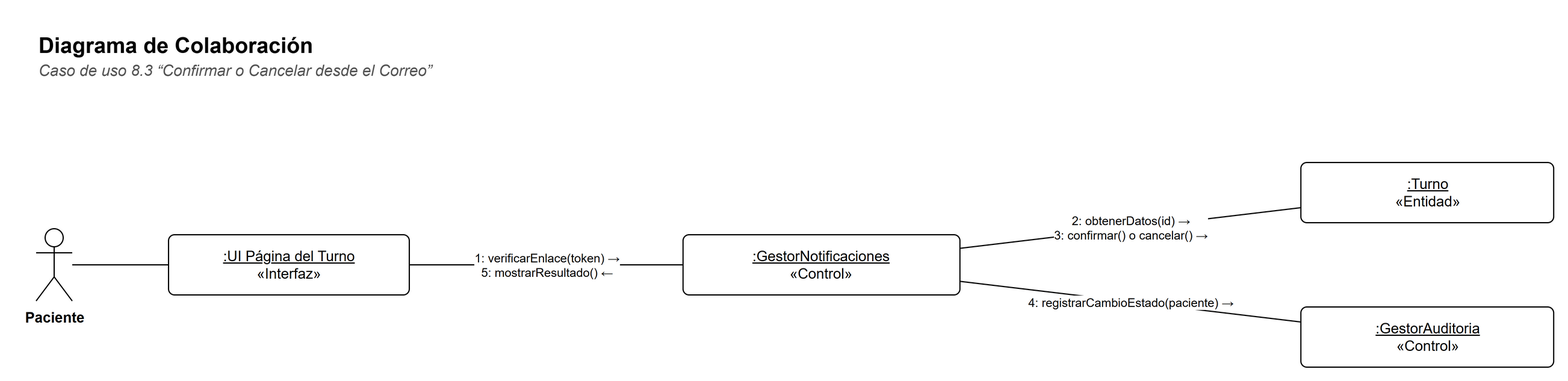
Above: docs/diagramas/colaboracion-8-3.png in Matiglorioso/kineturnos (draw.io), before the change. Source tidied: cells renumbered, new cells last; positions are measured from the earlier drawing's top-left corner, leaving out a move shared by most shapes.
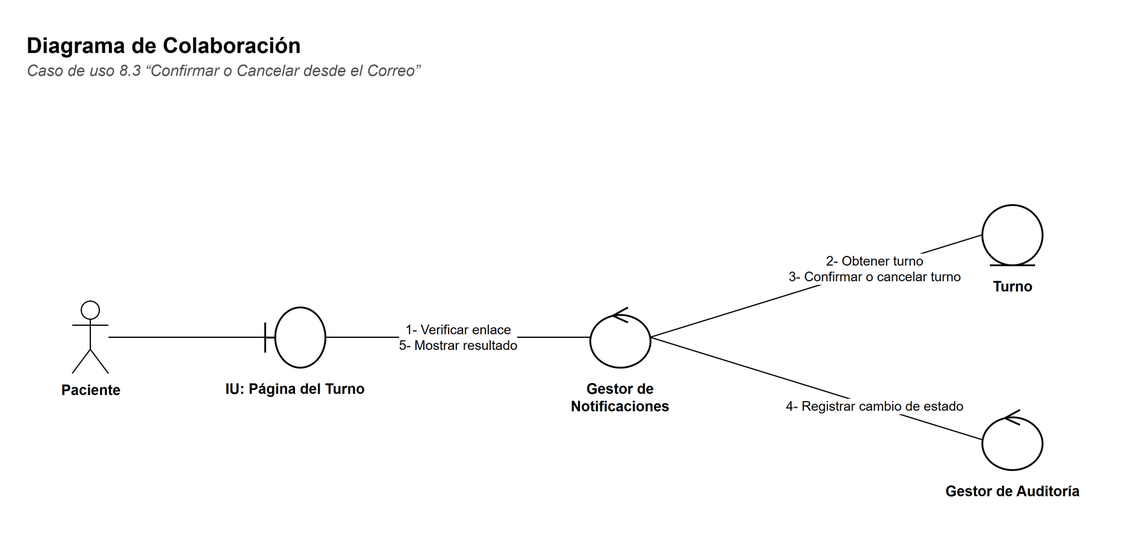
After the commit.

What changed in the source:
```diff
@@ -9,31 +9,43 @@
       <mxGeometry y="24" width="900" height="20" as="geometry" />
     </mxCell>
     <mxCell id="4" value="Paciente" style="shape=umlActor;verticalLabelPosition=bottom;verticalAlign=top;html=1;outlineConnect=0;fillColor=#FFFFFF;strokeColor=#000000;fontFamily=Helvetica;fontSize=12;fontStyle=1;" parent="1" vertex="1">
-      <mxGeometry y="170" width="30" height="60" as="geometry" />
+      <mxGeometry x="40" y="230" width="30" height="60" as="geometry" />
     </mxCell>
-    <mxCell id="5" value="&lt;u&gt;:UI Página del Turno&lt;/u&gt;&lt;br&gt;«Interfaz»" style="rounded=0;whiteSpace=wrap;html=1;fillColor=#FFFFFF;strokeColor=#000000;fontFamily=Helvetica;fontSize=12;rounded=1;arcSize=10;" parent="1" vertex="1">
-      <mxGeometry x="110" y="175" width="200" height="50" as="geometry" />
+    <mxCell id="5" style="shape=umlBoundary;html=1;fillColor=#FFFFFF;strokeColor=#000000;strokeWidth=1.5;" parent="1" vertex="1">
+      <mxGeometry x="200" y="235" width="50" height="50" as="geometry" />
     </mxCell>
-    <mxCell id="6" value="&lt;u&gt;:GestorNotificaciones&lt;/u&gt;&lt;br&gt;«Control»" style="rounded=0;whiteSpace=wrap;html=1;fillColor=#FFFFFF;strokeColor=#000000;fontFamily=Helvetica;fontSize=12;rounded=1;arcSize=10;" parent="1" vertex="1">
-      <mxGeometry x="537.4" y="175" width="230" height="50" as="geometry" />
+    <mxCell id="6" value="&lt;b&gt;IU: Página del Turno&lt;/b&gt;" style="text;html=1;strokeColor=none;fillColor=none;align=left;verticalAlign=top;whiteSpace=wrap;fontFamily=Helvetica;align=center;fontSize=12;" parent="1" vertex="1">
+      <mxGeometry x="160" y="289" width="130" height="40" as="geometry" />
     </mxCell>
-    <mxCell id="7" value="&lt;u&gt;:Turno&lt;/u&gt;&lt;br&gt;«Entidad»" style="rounded=0;whiteSpace=wrap;html=1;fillColor=#FFFFFF;strokeColor=#000000;fontFamily=Helvetica;fontSize=12;rounded=1;arcSize=10;" parent="1" vertex="1">
-      <mxGeometry x="1050.6" y="115" width="210" height="50" as="geometry" />
+    <mxCell id="7" style="shape=umlControl;html=1;fillColor=#FFFFFF;strokeColor=#000000;strokeWidth=1.5;" parent="1" vertex="1">
+      <mxGeometry x="470" y="235" width="50" height="50" as="geometry" />
     </mxCell>
-    <mxCell id="8" value="&lt;u&gt;:GestorAuditoria&lt;/u&gt;&lt;br&gt;«Control»" style="rounded=0;whiteSpace=wrap;html=1;fillColor=#FFFFFF;strokeColor=#000000;fontFamily=Helvetica;fontSize=12;rounded=1;arcSize=10;" parent="1" vertex="1">
-      <mxGeometry x="1050.6" y="235" width="210" height="50" as="geometry" />
+    <mxCell id="8" value="&lt;b&gt;Gestor de Notificaciones&lt;/b&gt;" style="text;html=1;strokeColor=none;fillColor=none;align=left;verticalAlign=top;whiteSpace=wrap;fontFamily=Helvetica;align=center;fontSize=12;" parent="1" vertex="1">
+      <mxGeometry x="430" y="289" width="130" height="40" as="geometry" />
     </mxCell>
-    <mxCell id="9" style="edgeStyle=none;html=1;endArrow=none;endFill=0;strokeColor=#000000;fontFamily=Helvetica;fontSize=11;labelBackgroundColor=#FFFFFF;" parent="1" edge="1" source="4" target="5">
-      <mxGeometry relative="1" as="geometry" />
+    <mxCell id="9" style="shape=umlEntity;html=1;fillColor=#FFFFFF;strokeColor=#000000;strokeWidth=1.5;" parent="1" vertex="1">
+      <mxGeometry x="795.6" y="150" width="50" height="50" as="geometry" />
     </mxCell>
-    <mxCell id="10" value="1: verificarEnlace(token) →&lt;br&gt;5: mostrarResultado() ←" style="edgeStyle=none;html=1;endArrow=none;endFill=0;strokeColor=#000000;fontFamily=Helvetica;fontSize=11;labelBackgroundColor=#FFFFFF;fontSize=10;" parent="1" edge="1" source="6" target="5">
-      <mxGeometry relative="1" as="geometry" />
+    <mxCell id="10" value="&lt;b&gt;Turno&lt;/b&gt;" style="text;html=1;strokeColor=none;fillColor=none;align=left;verticalAlign=top;whiteSpace=wrap;fontFamily=Helvetica;align=center;fontSize=12;" parent="1" vertex="1">
+      <mxGeometry x="755.6" y="204" width="130" height="40" as="geometry" />
     </mxCell>
-    <mxCell id="11" value="2: obtenerDatos(id) →&lt;br&gt;3: confirmar() o cancelar() →" style="edgeStyle=none;html=1;endArrow=none;endFill=0;strokeColor=#000000;fontFamily=Helvetica;fontSize=11;labelBackgroundColor=#FFFFFF;fontSize=10;" parent="1" edge="1" source="7" target="6">
-      <mxGeometry relative="1" as="geometry" />
+    <mxCell id="11" style="shape=umlControl;html=1;fillColor=#FFFFFF;strokeColor=#000000;strokeWidth=1.5;" parent="1" vertex="1">
+      <mxGeometry x="795.6" y="320" width="50" height="50" as="geometry" />
     </mxCell>
-    <mxCell id="12" value="4: registrarCambioEstado(paciente) →" style="edgeStyle=none;html=1;endArrow=none;endFill=0;strokeColor=#000000;fontFamily=Helvetica;fontSize=11;labelBackgroundColor=#FFFFFF;fontSize=10;" parent="1" edge="1" source="8" target="6">
-      <mxGeometry relative="1" as="geometry" />
+    <mxCell id="12" value="&lt;b&gt;Gestor de Auditoría&lt;/b&gt;" style="text;html=1;strokeColor=none;fillColor=none;align=left;verticalAlign=top;whiteSpace=wrap;fontFamily=Helvetica;align=center;fontSize=12;" parent="1" vertex="1">
+      <mxGeometry x="755.6" y="374" width="130" height="40" as="geometry" />
     </mxCell>
+    <mxCell id="13" style="edgeStyle=none;html=1;endArrow=none;endFill=0;strokeColor=#000000;fontFamily=Helvetica;fontSize=11;labelBackgroundColor=#FFFFFF;" parent="1" edge="1" source="4" target="5">
+      <mxGeometry relative="1" as="geometry" />
+    </mxCell>
+    <mxCell id="14" value="1- Verificar enlace&lt;br&gt;5- Mostrar resultado" style="edgeStyle=none;html=1;endArrow=none;endFill=0;strokeColor=#000000;fontFamily=Helvetica;fontSize=11;labelBackgroundColor=#FFFFFF;fontSize=11;exitX=1;exitY=0.5;exitDx=0;exitDy=0;entryX=0;entryY=0.5;entryDx=0;entryDy=0;" parent="1" edge="1" source="5" target="7">
+      <mxGeometry relative="1" as="geometry" />
+    </mxCell>
+    <mxCell id="15" value="2- Obtener turno&lt;br&gt;3- Confirmar o cancelar turno" style="edgeStyle=none;html=1;endArrow=none;endFill=0;strokeColor=#000000;fontFamily=Helvetica;fontSize=11;labelBackgroundColor=#FFFFFF;fontSize=11;exitX=1;exitY=0.5;exitDx=0;exitDy=0;entryX=0;entryY=0.5;entryDx=0;entryDy=0;" parent="1" edge="1" source="7" target="9">
+      <mxGeometry x="0.35" relative="1" as="geometry" />
+    </mxCell>
+    <mxCell id="16" value="4- Registrar cambio de estado" style="edgeStyle=none;html=1;endArrow=none;endFill=0;strokeColor=#000000;fontFamily=Helvetica;fontSize=11;labelBackgroundColor=#FFFFFF;fontSize=11;exitX=1;exitY=0.5;exitDx=0;exitDy=0;entryX=0;entryY=0.5;entryDx=0;entryDy=0;" parent="1" edge="1" source="7" target="11">
+      <mxGeometry x="0.35" relative="1" as="geometry" />
+    </mxCell>
   </root>
 </mxGraphModel>
```
